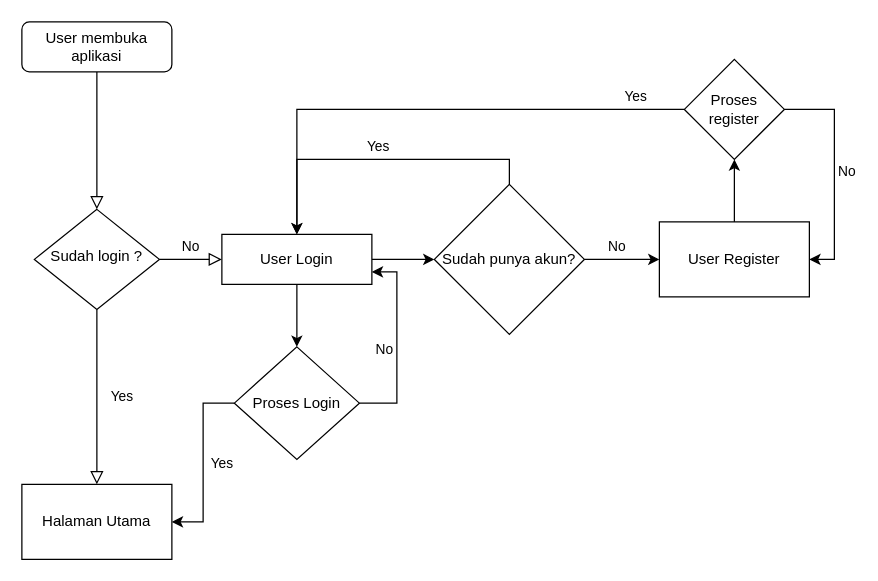
Above: page "Auth" (1 of 4) of Untitled Diagram.drawio in triandamai/cexup-docs (draw.io), before the change. Source tidied: cells renumbered, new cells numbered last; positions are measured from the earlier drawing's top-left corner, leaving out a move shared by most shapes. Both pictures are drawn from the tidied source at 125%, with x=0, y=0 at pixel (21, 21).
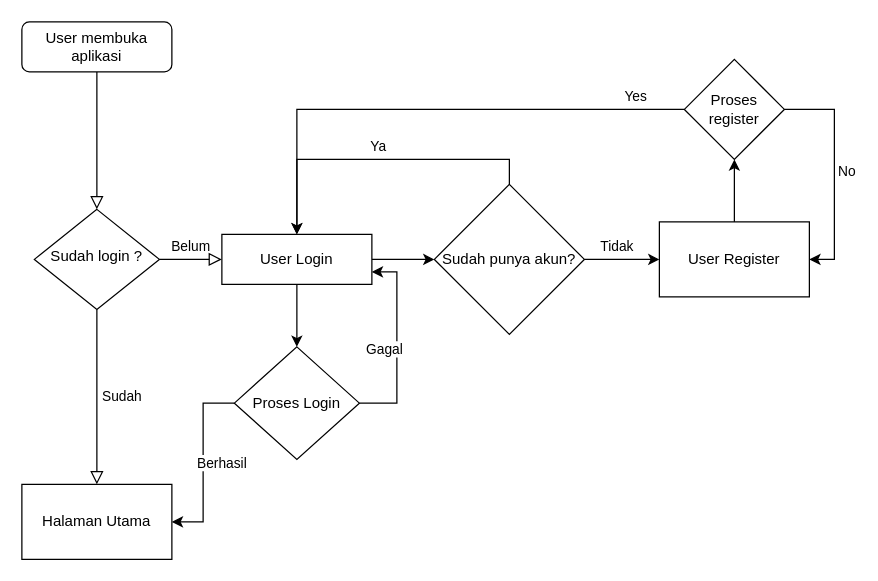
The same page after the edit.

Unchanged cells that the change refers to:
```xml
<mxCell id="6" value="Sudah login ?" style="rhombus;whiteSpace=wrap;html=1;shadow=0;fontFamily=Helvetica;fontSize=12;align=center;strokeWidth=1;spacing=6;spacingTop=-4;" parent="1" vertex="1">
  <mxGeometry x="10" y="150" width="100" height="80" as="geometry" />
</mxCell>
<mxCell id="9" value="User Login" style="rounded=0;whiteSpace=wrap;html=1;fontSize=12;glass=0;strokeWidth=1;shadow=0;" parent="1" vertex="1">
  <mxGeometry x="160" y="170" width="120" height="40" as="geometry" />
</mxCell>
<mxCell id="12" value="Sudah punya akun?" style="rhombus;whiteSpace=wrap;html=1;" parent="1" vertex="1">
  <mxGeometry x="330" y="130" width="120" height="120" as="geometry" />
</mxCell>
<mxCell id="13" value="Halaman Utama" style="rounded=0;whiteSpace=wrap;html=1;" parent="1" vertex="1">
  <mxGeometry y="370" width="120" height="60" as="geometry" />
</mxCell>
<mxCell id="15" value="User Register" style="rounded=0;whiteSpace=wrap;html=1;" parent="1" vertex="1">
  <mxGeometry x="510" y="160" width="120" height="60" as="geometry" />
</mxCell>
<mxCell id="18" value="Proses Login" style="rhombus;whiteSpace=wrap;html=1;rounded=0;" parent="1" vertex="1">
  <mxGeometry x="170" y="260" width="100" height="90" as="geometry" />
</mxCell>
```

Diff of the diagram source:
```diff
@@
-    <mxCell id="4" value="Yes" style="rounded=0;html=1;jettySize=auto;fontSize=11;endArrow=block;endFill=0;endSize=8;strokeWidth=1;shadow=0;labelBackgroundColor=none;edgeStyle=orthogonalEdgeStyle;" parent="1" edge="1" source="6" target="13">
+    <mxCell id="4" value="Sudah" style="rounded=0;html=1;jettySize=auto;fontSize=11;endArrow=block;endFill=0;endSize=8;strokeWidth=1;shadow=0;labelBackgroundColor=none;edgeStyle=orthogonalEdgeStyle;" parent="1" edge="1" source="6" target="13">
       <mxGeometry y="20" relative="1" as="geometry" />
     </mxCell>
-    <mxCell id="5" value="No" style="edgeStyle=orthogonalEdgeStyle;rounded=0;html=1;jettySize=auto;fontSize=11;endArrow=block;endFill=0;endSize=8;strokeWidth=1;shadow=0;labelBackgroundColor=none;" parent="1" edge="1" source="6" target="9">
+    <mxCell id="5" value="Belum" style="edgeStyle=orthogonalEdgeStyle;rounded=0;html=1;jettySize=auto;fontSize=11;endArrow=block;endFill=0;endSize=8;strokeWidth=1;shadow=0;labelBackgroundColor=none;" parent="1" edge="1" source="6" target="9">
       <mxGeometry y="10" relative="1" as="geometry" />
     </mxCell>
@@
-    <mxCell id="10" value="No" style="edgeStyle=orthogonalEdgeStyle;rounded=0;jettySize=auto;html=1;fontColor=default;labelBackgroundColor=default;" parent="1" edge="1" source="12" target="15">
+    <mxCell id="10" value="Tidak" style="edgeStyle=orthogonalEdgeStyle;rounded=0;jettySize=auto;html=1;fontColor=default;labelBackgroundColor=default;" parent="1" edge="1" source="12" target="15">
       <mxGeometry x="-0.14" y="10" relative="1" as="geometry" />
     </mxCell>
-    <mxCell id="11" value="Yes" style="edgeStyle=orthogonalEdgeStyle;rounded=0;jettySize=auto;html=1;entryX=0.5;entryY=0;entryDx=0;entryDy=0;exitX=0.5;exitY=0;exitDx=0;exitDy=0;" parent="1" edge="1" source="12" target="9">
+    <mxCell id="11" value="Ya" style="edgeStyle=orthogonalEdgeStyle;rounded=0;jettySize=auto;html=1;entryX=0.5;entryY=0;entryDx=0;entryDy=0;exitX=0.5;exitY=0;exitDx=0;exitDy=0;" parent="1" edge="1" source="12" target="9">
       <mxGeometry y="-10" relative="1" as="geometry">
         <Array as="points">
           <mxPoint x="390" y="110" />
           <mxPoint x="220" y="110" />
         </Array>
       </mxGeometry>
     </mxCell>
@@
-    <mxCell id="16" value="&lt;div&gt;Yes&lt;/div&gt;" style="edgeStyle=orthogonalEdgeStyle;rounded=0;jettySize=auto;html=1;entryX=1;entryY=0.5;entryDx=0;entryDy=0;" parent="1" edge="1" source="18" target="13">
+    <mxCell id="16" value="Berhasil" style="edgeStyle=orthogonalEdgeStyle;rounded=0;jettySize=auto;html=1;entryX=1;entryY=0.5;entryDx=0;entryDy=0;" parent="1" edge="1" source="18" target="13">
       <mxGeometry y="15" relative="1" as="geometry" />
     </mxCell>
-    <mxCell id="17" value="No" style="edgeStyle=orthogonalEdgeStyle;rounded=0;jettySize=auto;html=1;entryX=1;entryY=0.75;entryDx=0;entryDy=0;exitX=1;exitY=0.5;exitDx=0;exitDy=0;" parent="1" edge="1" source="18" target="9">
+    <mxCell id="17" value="Gagal" style="edgeStyle=orthogonalEdgeStyle;rounded=0;jettySize=auto;html=1;entryX=1;entryY=0.75;entryDx=0;entryDy=0;exitX=1;exitY=0.5;exitDx=0;exitDy=0;" parent="1" edge="1" source="18" target="9">
       <mxGeometry x="-0.06" y="10" relative="1" as="geometry">
         <Array as="points">
           <mxPoint x="300" y="305" />
           <mxPoint x="300" y="200" />
         </Array>
       </mxGeometry>
     </mxCell>
```
